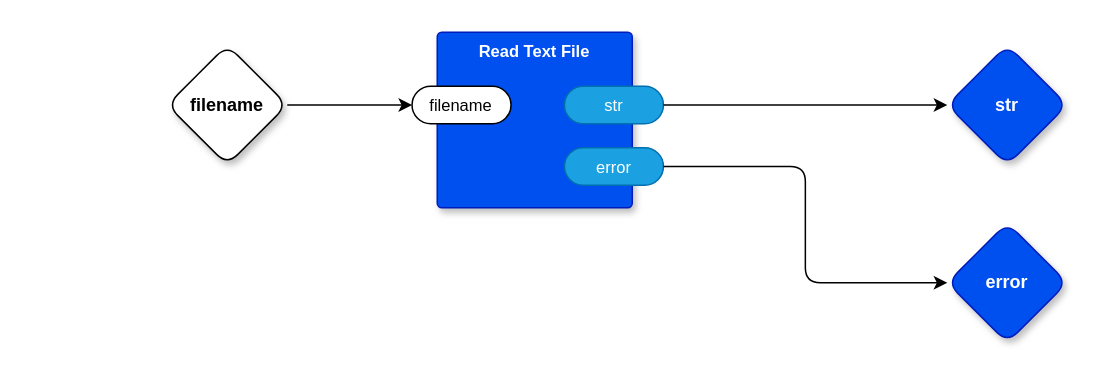
Before: page "textfilereader" (3 of 3) of ghoststars.drawio in guitarvydas/fabghoststars, a draw.io diagram. Source tidied: cells renumbered, new cells numbered last; positions are measured from the earlier drawing's top-left corner, leaving out a move shared by most shapes. Both pictures are drawn from the tidied source at 150%, with x=0, y=0 at pixel (166, 32).
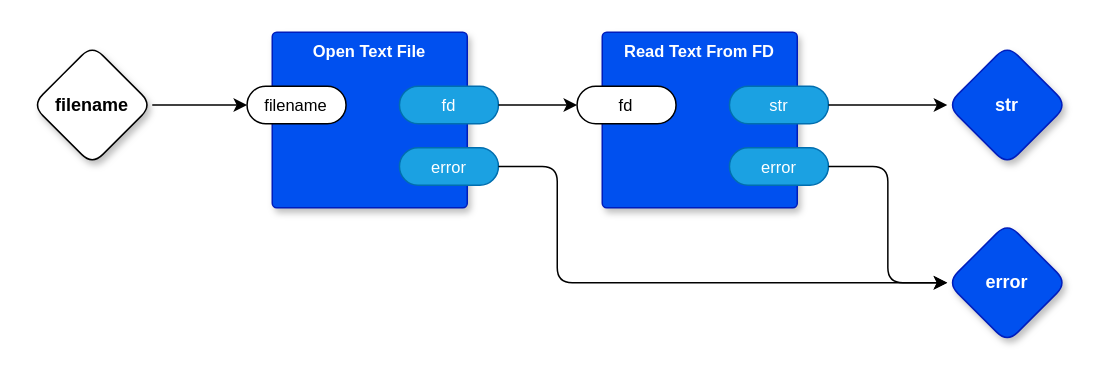
After the change.

Commit message (it also covers changes not shown here):
diagram opens then reads stdin

Diff of the diagram source:
```diff
@@
 <mxGraphModel>
   <root>
     <mxCell id="0" />
     <mxCell id="1" parent="0" />
-    <mxCell id="2" value="Read Text File" style="rounded=1;whiteSpace=wrap;html=1;sketch=0;verticalAlign=top;arcSize=6;fontStyle=1;absoluteArcSize=1;shadow=1;strokeColor=#001DBC;fillColor=#0050ef;fontColor=#ffffff;fontFamily=Helvetica;fontSize=11;" parent="1" vertex="1">
-      <mxGeometry x="180" width="130" height="117" as="geometry" />
+    <mxCell id="2" value="Read Text From FD" style="rounded=1;whiteSpace=wrap;html=1;sketch=0;verticalAlign=top;arcSize=6;fontStyle=1;absoluteArcSize=1;shadow=1;strokeColor=#001DBC;fillColor=#0050ef;fontColor=#ffffff;fontFamily=Helvetica;fontSize=11;" parent="1" vertex="1">
+      <mxGeometry x="290" width="130" height="117" as="geometry" />
     </mxCell>
-    <mxCell id="3" value="filename" style="rounded=1;whiteSpace=wrap;html=1;sketch=0;points=[[0,0.5,0,0,0],[1,0.5,0,0,0]];arcSize=50;fontFamily=Helvetica;fontSize=11;fontColor=default;" parent="2" vertex="1">
+    <mxCell id="3" value="fd" style="rounded=1;whiteSpace=wrap;html=1;sketch=0;points=[[0,0.5,0,0,0],[1,0.5,0,0,0]];arcSize=50;fontFamily=Helvetica;fontSize=11;fontColor=default;" parent="2" vertex="1">
       <mxGeometry x="-16.8" y="36" width="66" height="25" as="geometry" />
     </mxCell>
     <mxCell id="4" value="str" style="rounded=1;whiteSpace=wrap;html=1;sketch=0;points=[[0,0.5,0,0,0],[1,0.5,0,0,0]];fillColor=#1ba1e2;fontColor=#ffffff;strokeColor=#006EAF;arcSize=50;fontFamily=Helvetica;fontSize=11;" parent="2" vertex="1">
       <mxGeometry x="84.8" y="36" width="66" height="25" as="geometry" />
     </mxCell>
     <mxCell id="5" value="error" style="rounded=1;whiteSpace=wrap;html=1;sketch=0;points=[[0,0.5,0,0,0],[1,0.5,0,0,0]];fillColor=#1ba1e2;fontColor=#ffffff;strokeColor=#006EAF;arcSize=50;fontFamily=Helvetica;fontSize=11;" parent="2" vertex="1">
       <mxGeometry x="84.8" y="77" width="66" height="25" as="geometry" />
     </mxCell>
-    <mxCell id="6" style="edgeStyle=orthogonalEdgeStyle;shape=connector;rounded=1;jettySize=auto;html=1;exitX=1;exitY=0.5;exitDx=0;exitDy=0;exitPerimeter=0;entryX=0;entryY=0.5;entryDx=0;entryDy=0;entryPerimeter=0;labelBackgroundColor=default;strokeColor=default;fontFamily=Helvetica;fontSize=11;fontColor=default;endArrow=classic;" parent="1" edge="1" source="7" target="3">
-      <mxGeometry relative="1" as="geometry" />
-    </mxCell>
+    <mxCell id="12" style="edgeStyle=orthogonalEdgeStyle;shape=connector;rounded=1;jettySize=auto;html=1;entryX=0;entryY=0.5;entryDx=0;entryDy=0;entryPerimeter=0;labelBackgroundColor=default;strokeColor=default;fontFamily=Helvetica;fontSize=11;fontColor=default;endArrow=classic;" parent="1" edge="1" source="7" target="14">
+      <mxGeometry relative="1" as="geometry" />
+    </mxCell>
     <mxCell id="7" value="filename" style="rhombus;whiteSpace=wrap;html=1;rounded=1;fontStyle=1;glass=0;sketch=0;fontSize=12;points=[[0,0.5,0,0,0],[0.5,0,0,0,0],[0.5,1,0,0,0],[1,0.5,0,0,0]];shadow=1;fontFamily=Helvetica;fontColor=default;" parent="1" vertex="1">
-      <mxGeometry y="8.5" width="80" height="80" as="geometry" />
+      <mxGeometry x="-90" y="8.5" width="80" height="80" as="geometry" />
     </mxCell>
     <mxCell id="8" value="str" style="rhombus;whiteSpace=wrap;html=1;rounded=1;fillColor=#0050ef;fontColor=#ffffff;strokeColor=#001DBC;fontStyle=1;glass=0;sketch=0;fontSize=12;points=[[0,0.5,0,0,0],[0.5,0,0,0,0],[0.5,1,0,0,0],[1,0.5,0,0,0]];shadow=1;fontFamily=Helvetica;" parent="1" vertex="1">
       <mxGeometry x="520" y="8.5" width="80" height="80" as="geometry" />
     </mxCell>
     <mxCell id="9" style="edgeStyle=orthogonalEdgeStyle;shape=connector;rounded=1;jettySize=auto;html=1;exitX=1;exitY=0.5;exitDx=0;exitDy=0;exitPerimeter=0;labelBackgroundColor=default;strokeColor=default;fontFamily=Helvetica;fontSize=11;fontColor=default;endArrow=classic;" parent="1" edge="1" source="4" target="8">
       <mxGeometry relative="1" as="geometry" />
     </mxCell>
     <mxCell id="10" style="edgeStyle=orthogonalEdgeStyle;shape=connector;rounded=1;jettySize=auto;html=1;exitX=1;exitY=0.5;exitDx=0;exitDy=0;exitPerimeter=0;entryX=0;entryY=0.5;entryDx=0;entryDy=0;entryPerimeter=0;labelBackgroundColor=default;strokeColor=default;fontFamily=Helvetica;fontSize=11;fontColor=default;endArrow=classic;" parent="1" edge="1" source="5" target="11">
       <mxGeometry relative="1" as="geometry" />
     </mxCell>
     <mxCell id="11" value="error" style="rhombus;whiteSpace=wrap;html=1;rounded=1;fillColor=#0050ef;fontColor=#ffffff;strokeColor=#001DBC;fontStyle=1;glass=0;sketch=0;fontSize=12;points=[[0,0.5,0,0,0],[0.5,0,0,0,0],[0.5,1,0,0,0],[1,0.5,0,0,0]];shadow=1;fontFamily=Helvetica;" parent="1" vertex="1">
       <mxGeometry x="520" y="127" width="80" height="80" as="geometry" />
     </mxCell>
+    <mxCell id="13" value="Open Text File" style="rounded=1;whiteSpace=wrap;html=1;sketch=0;verticalAlign=top;arcSize=6;fontStyle=1;absoluteArcSize=1;shadow=1;strokeColor=#001DBC;fillColor=#0050ef;fontColor=#ffffff;fontFamily=Helvetica;fontSize=11;" parent="1" vertex="1">
+      <mxGeometry x="70" width="130" height="117" as="geometry" />
+    </mxCell>
+    <mxCell id="14" value="filename" style="rounded=1;whiteSpace=wrap;html=1;sketch=0;points=[[0,0.5,0,0,0],[1,0.5,0,0,0]];arcSize=50;fontFamily=Helvetica;fontSize=11;fontColor=default;" parent="13" vertex="1">
+      <mxGeometry x="-16.8" y="36" width="66" height="25" as="geometry" />
+    </mxCell>
+    <mxCell id="15" value="fd" style="rounded=1;whiteSpace=wrap;html=1;sketch=0;points=[[0,0.5,0,0,0],[1,0.5,0,0,0]];fillColor=#1ba1e2;fontColor=#ffffff;strokeColor=#006EAF;arcSize=50;fontFamily=Helvetica;fontSize=11;" parent="13" vertex="1">
+      <mxGeometry x="84.8" y="36" width="66" height="25" as="geometry" />
+    </mxCell>
+    <mxCell id="16" value="error" style="rounded=1;whiteSpace=wrap;html=1;sketch=0;points=[[0,0.5,0,0,0],[1,0.5,0,0,0]];fillColor=#1ba1e2;fontColor=#ffffff;strokeColor=#006EAF;arcSize=50;fontFamily=Helvetica;fontSize=11;" parent="13" vertex="1">
+      <mxGeometry x="84.8" y="77" width="66" height="25" as="geometry" />
+    </mxCell>
+    <mxCell id="17" style="edgeStyle=orthogonalEdgeStyle;shape=connector;rounded=1;jettySize=auto;html=1;exitX=1;exitY=0.5;exitDx=0;exitDy=0;exitPerimeter=0;entryX=0;entryY=0.5;entryDx=0;entryDy=0;entryPerimeter=0;labelBackgroundColor=default;strokeColor=default;fontFamily=Helvetica;fontSize=11;fontColor=default;endArrow=classic;" parent="1" edge="1" source="15" target="3">
+      <mxGeometry relative="1" as="geometry" />
+    </mxCell>
+    <mxCell id="18" style="edgeStyle=orthogonalEdgeStyle;shape=connector;rounded=1;jettySize=auto;html=1;exitX=1;exitY=0.5;exitDx=0;exitDy=0;exitPerimeter=0;entryX=0;entryY=0.5;entryDx=0;entryDy=0;entryPerimeter=0;labelBackgroundColor=default;strokeColor=default;fontFamily=Helvetica;fontSize=11;fontColor=default;endArrow=classic;" parent="1" edge="1" source="16" target="11">
+      <mxGeometry relative="1" as="geometry">
+        <Array as="points">
+          <mxPoint x="260" y="90" />
+          <mxPoint x="260" y="167" />
+        </Array>
+      </mxGeometry>
+    </mxCell>
   </root>
 </mxGraphModel>
```
